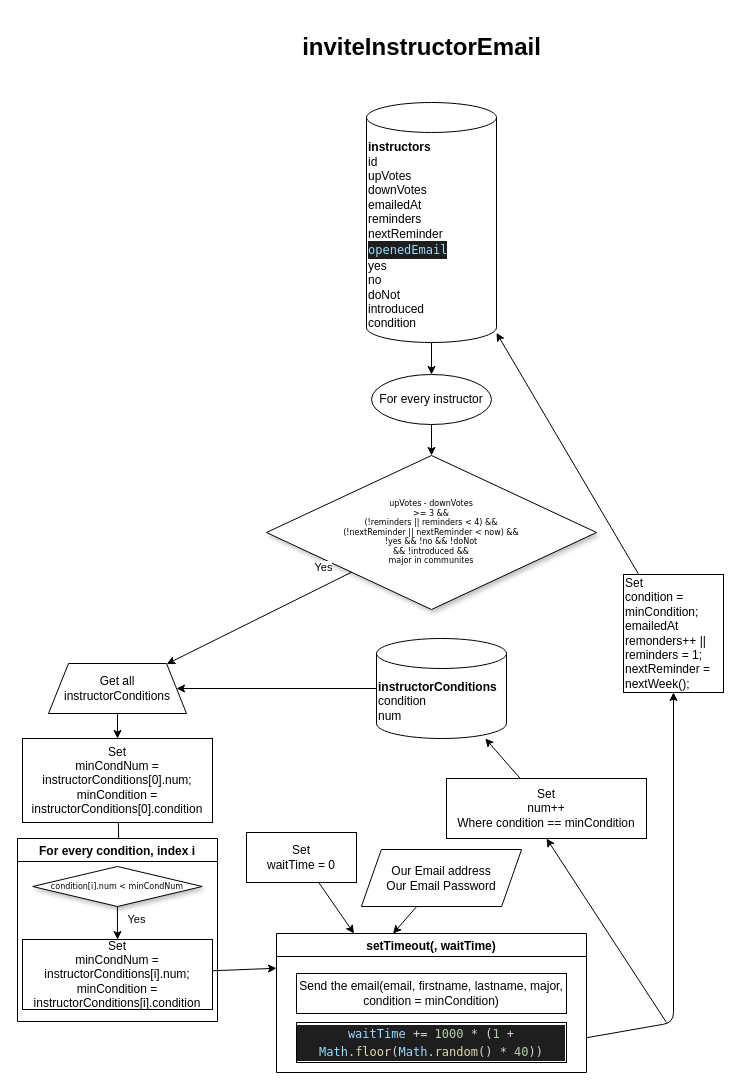
Earlier version of the draw.io diagram functions/emailing.drawio (ImanYZ/VisualExp). Source tidied: cells renumbered, new cells numbered last; positions are measured from the earlier drawing's top-left corner, leaving out a move shared by most shapes. Both pictures are drawn from the tidied source at 100%, with x=0, y=0 at pixel (17, 22).
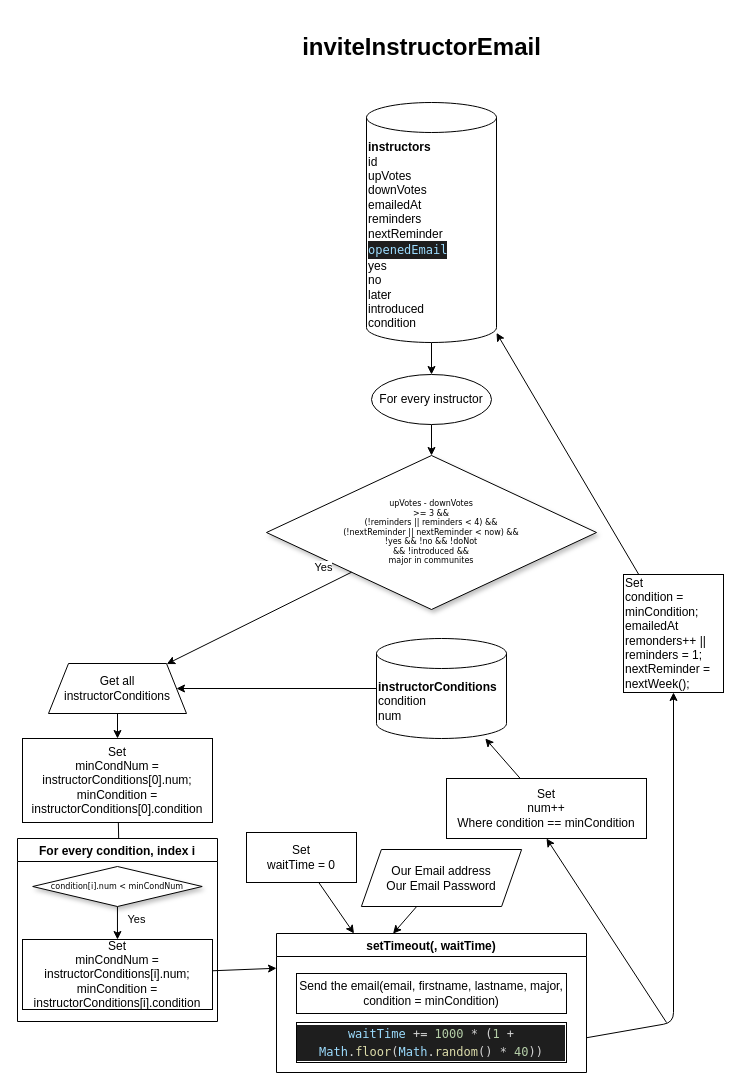
After the change.

Commit message (it also covers changes not shown here):
Completed the instructors' email tracking and experiment.

What changed in the source:
```diff
@@
-    <mxCell id="4" value="&lt;span&gt;&lt;b&gt;instructors&lt;br&gt;&lt;/b&gt;id&lt;br&gt;upVotes&lt;br&gt;downVotes&lt;br&gt;emailedAt&lt;br&gt;reminders&lt;br&gt;nextR&lt;/span&gt;eminder&lt;span&gt;&lt;br&gt;&lt;/span&gt;&lt;div style=&quot;color: rgb(212 , 212 , 212) ; background-color: rgb(30 , 30 , 30) ; font-family: &amp;#34;menlo&amp;#34; , &amp;#34;monaco&amp;#34; , &amp;#34;courier new&amp;#34; , monospace ; line-height: 18px&quot;&gt;&lt;span style=&quot;color: #9cdcfe&quot;&gt;openedEmail&lt;/span&gt;&lt;/div&gt;&lt;span&gt;yes&lt;br&gt;no&lt;br&gt;doNot&lt;br&gt;introduced&lt;br&gt;condition&lt;br&gt;&lt;/span&gt;" style="shape=cylinder3;whiteSpace=wrap;html=1;boundedLbl=1;backgroundOutline=1;size=15;align=left;" parent="1" vertex="1">
+    <mxCell id="4" value="&lt;span&gt;&lt;b&gt;instructors&lt;br&gt;&lt;/b&gt;id&lt;br&gt;upVotes&lt;br&gt;downVotes&lt;br&gt;emailedAt&lt;br&gt;reminders&lt;br&gt;nextR&lt;/span&gt;eminder&lt;span&gt;&lt;br&gt;&lt;/span&gt;&lt;div style=&quot;color: rgb(212 , 212 , 212) ; background-color: rgb(30 , 30 , 30) ; font-family: &amp;#34;menlo&amp;#34; , &amp;#34;monaco&amp;#34; , &amp;#34;courier new&amp;#34; , monospace ; line-height: 18px&quot;&gt;&lt;span style=&quot;color: #9cdcfe&quot;&gt;openedEmail&lt;/span&gt;&lt;/div&gt;&lt;span&gt;yes&lt;br&gt;no&lt;br&gt;later&lt;br&gt;introduced&lt;br&gt;condition&lt;br&gt;&lt;/span&gt;" style="shape=cylinder3;whiteSpace=wrap;html=1;boundedLbl=1;backgroundOutline=1;size=15;align=left;" parent="1" vertex="1">
       <mxGeometry x="349" y="80" width="130" height="240" as="geometry" />
     </mxCell>
```
